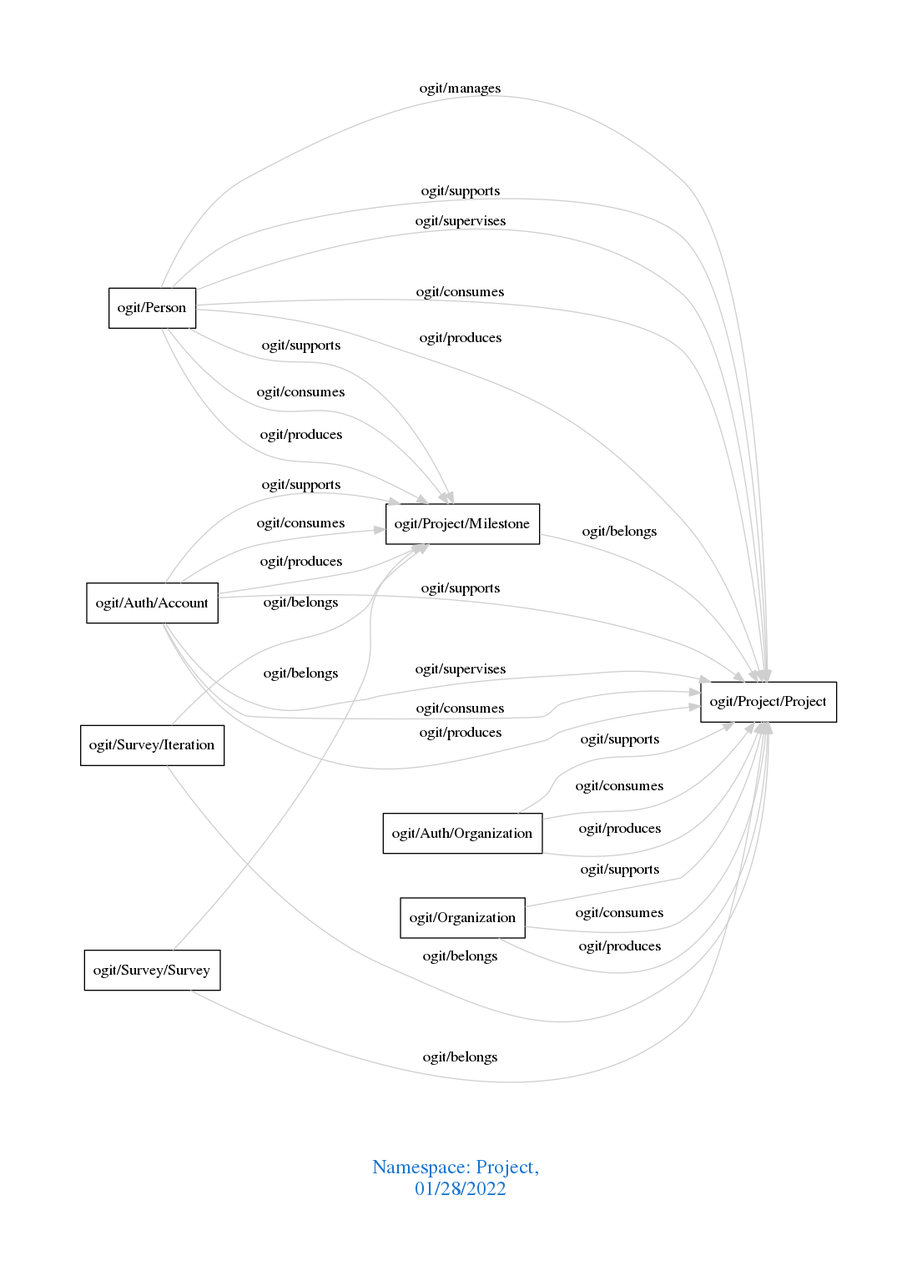
Before: downloads/Project.png, a diagram exported from Graphviz (arago/OGIT). Its source is kept beside it as downloads/Project.dot.
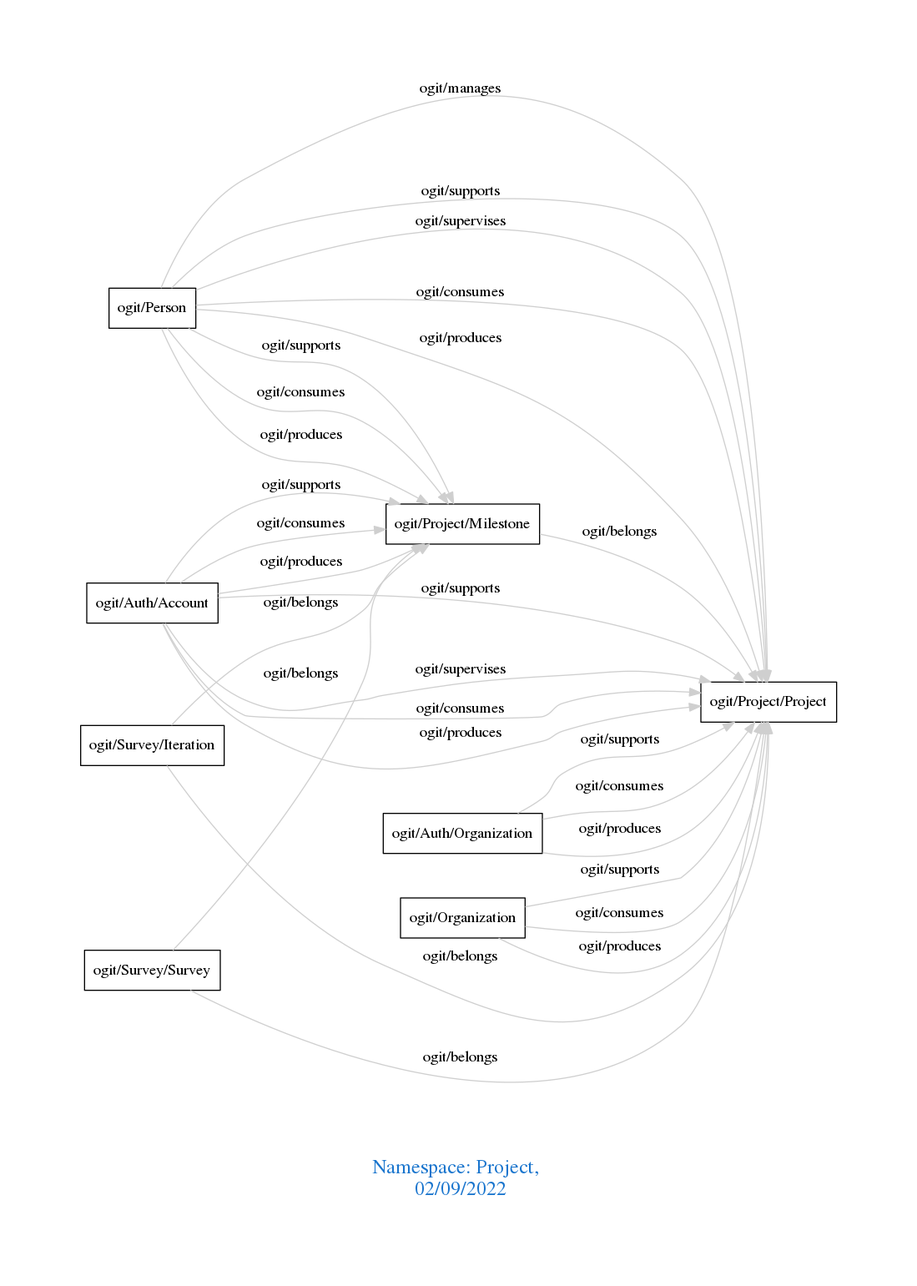
After the change.

Diff of the diagram source:
```diff
@@ -1,7 +1,7 @@
 digraph OGIT_ontology {
  graph [ rankdir= LR,pad=1
 fontsize = 18,
-fontcolor= dodgerblue3,label = "\n\n\nNamespace: Project, \n 01/28/2022"];
+fontcolor= dodgerblue3,label = "\n\n\nNamespace: Project, \n 02/09/2022"];
 node[shape=polygon];
 edge [  color="gray81"];
 
```
